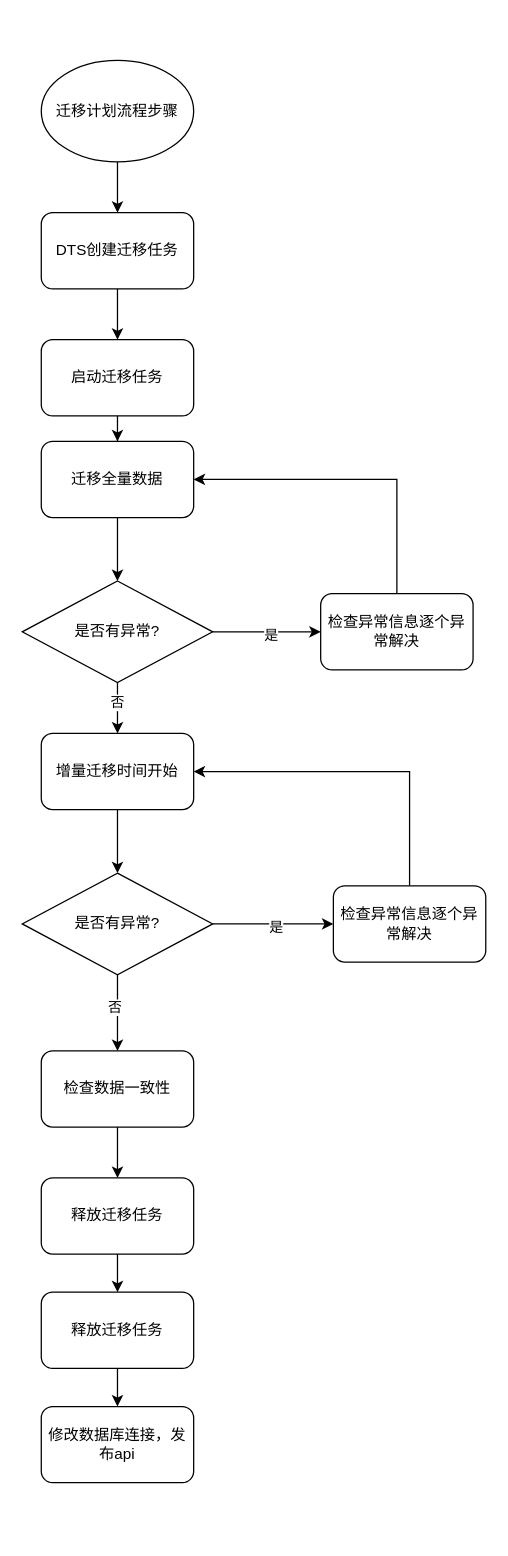
Above: mysql 5.7升级8.0.drawio in wingtian/SAP_F (draw.io), before the change. Source tidied: cells renumbered, new cells numbered last; positions are measured from the earlier drawing's top-left corner, leaving out a move shared by most shapes. Both pictures are drawn from the tidied source at 127%, with x=0, y=0 at pixel (22, 60).
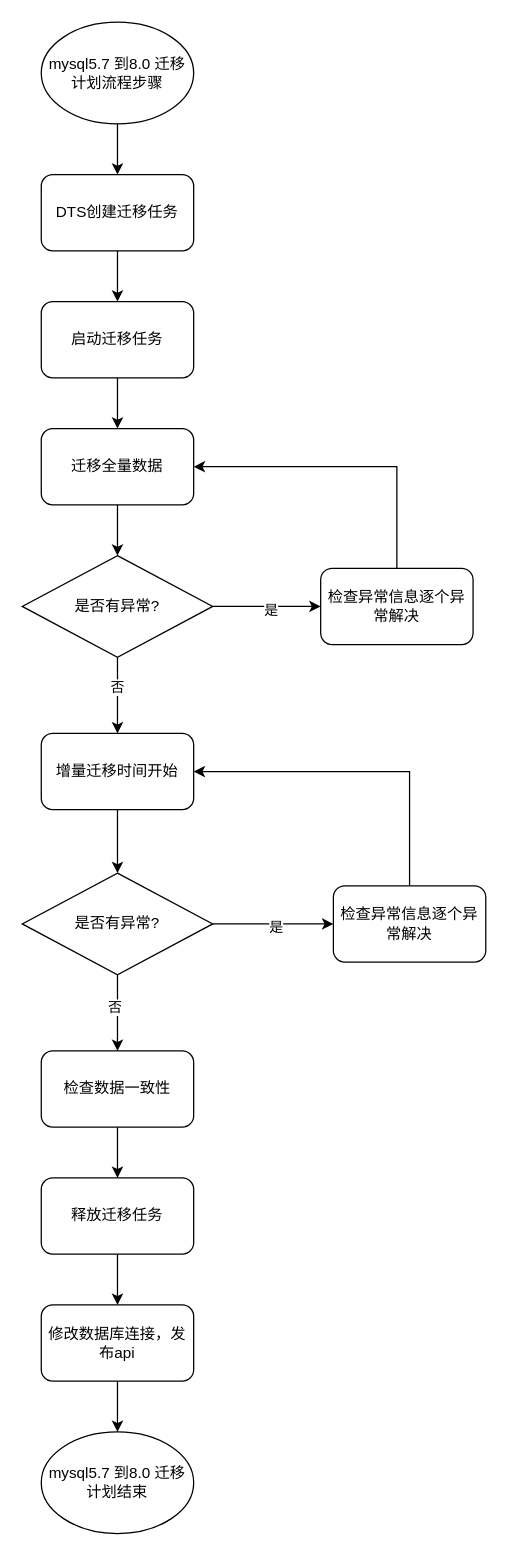
The same page after the edit.

The change refers to these unchanged cells:
```xml
<mxCell id="15" value="释放迁移任务" style="rounded=1;whiteSpace=wrap;html=1;" parent="1" vertex="1">
  <mxGeometry x="15" y="880" width="120" height="60" as="geometry" />
</mxCell>
```

The edit, as a diff of the source:
```diff
@@
-    <mxCell id="3" value="迁移计划流程步骤" style="ellipse;whiteSpace=wrap;html=1;" parent="1" vertex="1">
-      <mxGeometry x="15" width="120" height="80" as="geometry" />
+    <mxCell id="3" value="mysql5.7 到8.0 迁移计划流程步骤" style="ellipse;whiteSpace=wrap;html=1;" parent="1" vertex="1">
+      <mxGeometry x="15" y="-30" width="120" height="80" as="geometry" />
     </mxCell>
@@
     <mxCell id="5" value="DTS创建迁移任务" style="rounded=1;whiteSpace=wrap;html=1;" parent="1" vertex="1">
-      <mxGeometry x="15" y="120" width="120" height="60" as="geometry" />
+      <mxGeometry x="15" y="90" width="120" height="60" as="geometry" />
     </mxCell>
@@
     <mxCell id="7" value="启动迁移任务" style="rounded=1;whiteSpace=wrap;html=1;" parent="1" vertex="1">
-      <mxGeometry x="15" y="220" width="120" height="60" as="geometry" />
+      <mxGeometry x="15" y="190" width="120" height="60" as="geometry" />
     </mxCell>
@@
     <mxCell id="9" value="迁移全量数据" style="rounded=1;whiteSpace=wrap;html=1;" parent="1" vertex="1">
-      <mxGeometry x="15" y="300" width="120" height="60" as="geometry" />
+      <mxGeometry x="15" y="290" width="120" height="60" as="geometry" />
     </mxCell>
@@
-    <mxCell id="14" style="edgeStyle=orthogonalEdgeStyle;rounded=0;jettySize=auto;html=1;" parent="1" edge="1" source="15" target="17">
-      <mxGeometry relative="1" as="geometry" />
-    </mxCell>
+    <mxCell id="33" style="edgeStyle=orthogonalEdgeStyle;rounded=0;jettySize=auto;html=1;" parent="1" edge="1" source="15" target="18">
+      <mxGeometry relative="1" as="geometry" />
+    </mxCell>
@@
-    <mxCell id="16" style="edgeStyle=orthogonalEdgeStyle;rounded=0;jettySize=auto;html=1;" parent="1" edge="1" source="17" target="18">
-      <mxGeometry relative="1" as="geometry" />
-    </mxCell>
-    <mxCell id="17" value="释放迁移任务" style="rounded=1;whiteSpace=wrap;html=1;" parent="1" vertex="1">
-      <mxGeometry x="15" y="970" width="120" height="60" as="geometry" />
-    </mxCell>
+    <mxCell id="34" style="edgeStyle=orthogonalEdgeStyle;rounded=0;jettySize=auto;html=1;" parent="1" edge="1" source="18" target="35">
+      <mxGeometry relative="1" as="geometry" />
+    </mxCell>
     <mxCell id="18" value="修改数据库连接，发布api" style="rounded=1;whiteSpace=wrap;html=1;" parent="1" vertex="1">
-      <mxGeometry x="15" y="1060" width="120" height="60" as="geometry" />
+      <mxGeometry x="15" y="980" width="120" height="60" as="geometry" />
     </mxCell>
@@
     <mxCell id="23" value="是否有异常?" style="rhombus;whiteSpace=wrap;html=1;" parent="1" vertex="1">
-      <mxGeometry y="410" width="150" height="80" as="geometry" />
+      <mxGeometry y="390" width="150" height="80" as="geometry" />
     </mxCell>
@@
     <mxCell id="29" style="edgeStyle=orthogonalEdgeStyle;rounded=0;jettySize=auto;html=1;entryX=1;entryY=0.5;entryDx=0;entryDy=0;" parent="1" edge="1" source="30" target="9">
       <mxGeometry relative="1" as="geometry">
         <Array as="points">
-          <mxPoint x="295" y="330" />
+          <mxPoint x="295" y="320" />
         </Array>
       </mxGeometry>
     </mxCell>
     <mxCell id="30" value="检查异常信息逐个异常解决" style="rounded=1;whiteSpace=wrap;html=1;" parent="1" vertex="1">
-      <mxGeometry x="235" y="420" width="120" height="60" as="geometry" />
+      <mxGeometry x="235" y="400" width="120" height="60" as="geometry" />
     </mxCell>
@@
+    <mxCell id="35" value="mysql5.7 到8.0 迁移计划结束" style="ellipse;whiteSpace=wrap;html=1;" parent="1" vertex="1">
+      <mxGeometry x="15" y="1080" width="120" height="80" as="geometry" />
+    </mxCell>
```
